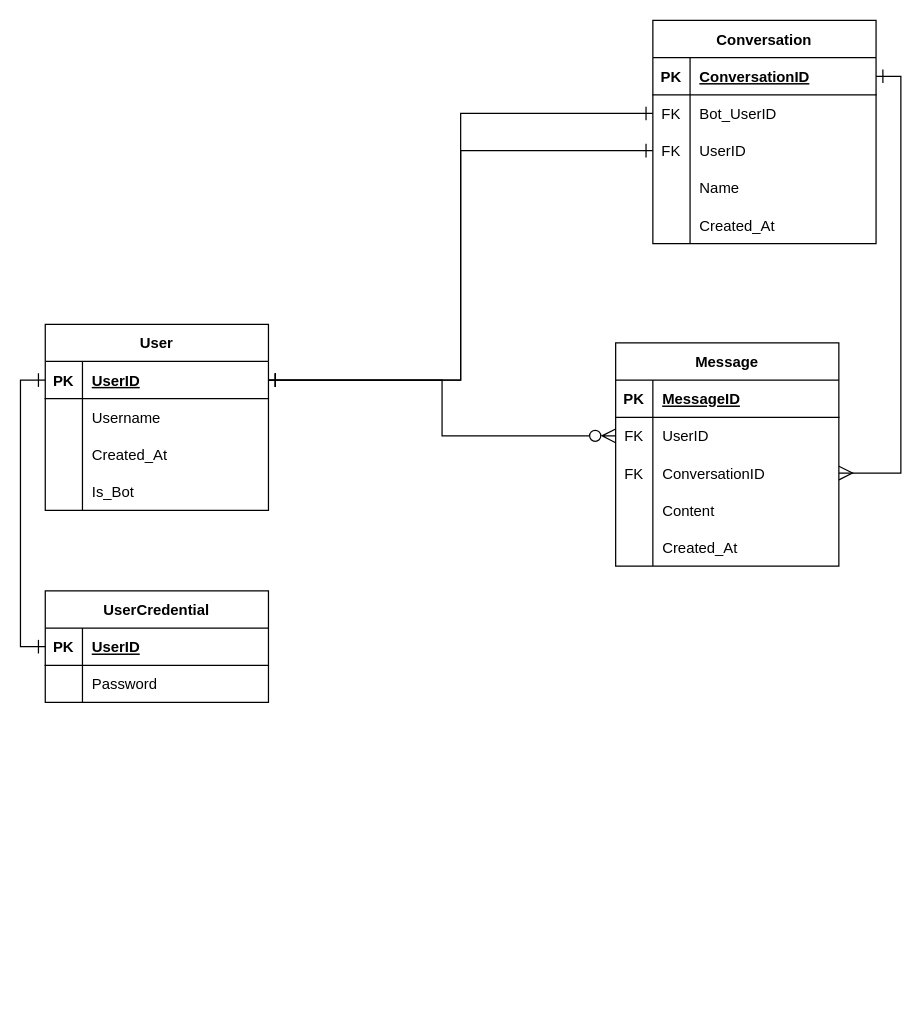
Earlier version of the draw.io diagram db/ERD.drawio (kurumai-bot/server). Source tidied: cells renumbered, new cells numbered last; positions are measured from the earlier drawing's top-left corner, leaving out a move shared by most shapes. Both pictures are drawn from the tidied source at 124%, with x=0, y=0 at pixel (20, 20).
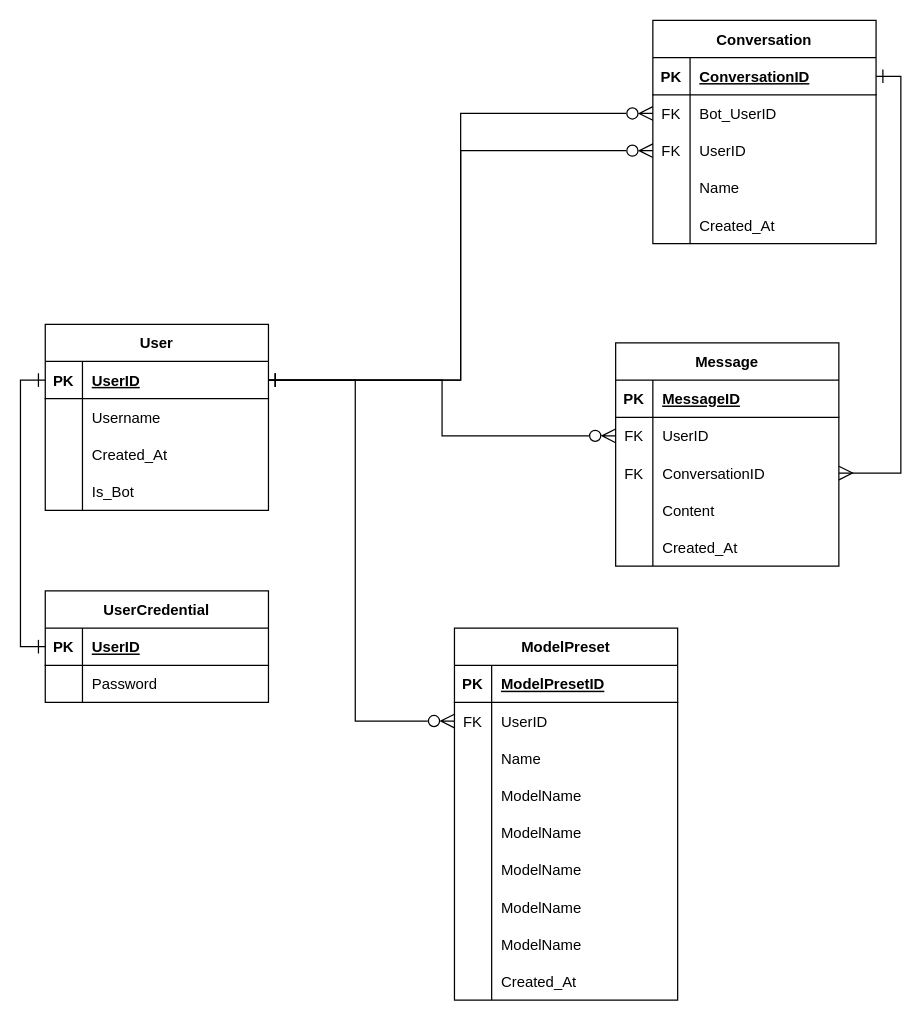
The same diagram, later.

The change refers to these unchanged cells:
```xml
<mxCell id="3" style="shape=tableRow;horizontal=0;startSize=0;swimlaneHead=0;swimlaneBody=0;fillColor=none;points=[[0,0.5],[1,0.5]];portConstraint=eastwest;top=0;left=0;right=0;bottom=1;" parent="2" vertex="1">
  <mxGeometry y="30" width="180" height="30" as="geometry" />
</mxCell>
<mxCell id="35" style="shape=tableRow;horizontal=0;startSize=0;swimlaneHead=0;swimlaneBody=0;fillColor=none;points=[[0,0.5],[1,0.5]];portConstraint=eastwest;top=0;left=0;right=0;bottom=0;" parent="31" vertex="1">
  <mxGeometry y="60" width="180" height="30" as="geometry" />
</mxCell>
<mxCell id="38" style="shape=tableRow;horizontal=0;startSize=0;swimlaneHead=0;swimlaneBody=0;fillColor=none;points=[[0,0.5],[1,0.5]];portConstraint=eastwest;top=0;left=0;right=0;bottom=0;" parent="31" vertex="1">
  <mxGeometry y="90" width="180" height="30" as="geometry" />
</mxCell>
```

Diff of the diagram source:
```diff
@@
-    <mxCell id="48" style="edgeStyle=orthogonalEdgeStyle;rounded=0;jettySize=auto;html=1;exitX=1;exitY=0.5;exitDx=0;exitDy=0;entryX=0;entryY=0.5;entryDx=0;entryDy=0;endArrow=ERone;endFill=0;startArrow=ERone;startFill=0;startSize=9;endSize=9;" parent="1" edge="1" source="3" target="38">
+    <mxCell id="48" style="edgeStyle=orthogonalEdgeStyle;rounded=0;jettySize=auto;html=1;exitX=1;exitY=0.5;exitDx=0;exitDy=0;entryX=0;entryY=0.5;entryDx=0;entryDy=0;endArrow=ERzeroToMany;endFill=0;startArrow=ERone;startFill=0;startSize=9;endSize=9;" parent="1" edge="1" source="3" target="38">
       <mxGeometry relative="1" as="geometry" />
     </mxCell>
@@
-    <mxCell id="50" style="edgeStyle=orthogonalEdgeStyle;rounded=0;jettySize=auto;html=1;exitX=1;exitY=0.5;exitDx=0;exitDy=0;entryX=0;entryY=0.5;entryDx=0;entryDy=0;endArrow=ERone;endFill=0;startArrow=ERone;startFill=0;endSize=9;startSize=9;" parent="1" edge="1" source="3" target="35">
+    <mxCell id="50" style="edgeStyle=orthogonalEdgeStyle;rounded=0;jettySize=auto;html=1;exitX=1;exitY=0.5;exitDx=0;exitDy=0;entryX=0;entryY=0.5;entryDx=0;entryDy=0;endArrow=ERzeroToMany;endFill=0;startArrow=ERone;startFill=0;endSize=9;startSize=9;" parent="1" edge="1" source="3" target="35">
       <mxGeometry relative="1" as="geometry" />
     </mxCell>
@@
+    <mxCell id="59" value="ModelPreset" style="shape=table;startSize=30;childLayout=tableLayout;rowLines=0;fontStyle=1;align=center;" parent="1" vertex="1">
+      <mxGeometry x="350" y="490" width="180" height="300" as="geometry" />
+    </mxCell>
+    <mxCell id="60" style="shape=tableRow;horizontal=0;startSize=0;swimlaneHead=0;swimlaneBody=0;fillColor=none;top=0;left=0;right=0;bottom=1;" parent="59" vertex="1">
+      <mxGeometry y="30" width="180" height="30" as="geometry" />
+    </mxCell>
+    <mxCell id="61" value="PK" style="shape=partialRectangle;fillColor=none;top=0;left=0;bottom=0;right=0;fontStyle=1;overflow=hidden;" parent="60" vertex="1">
+      <mxGeometry width="30" height="30" as="geometry" />
+    </mxCell>
+    <mxCell id="62" value="ModelPresetID" style="shape=partialRectangle;fillColor=none;top=0;left=0;bottom=0;right=0;align=left;spacingLeft=6;fontStyle=5;overflow=hidden;" parent="60" vertex="1">
+      <mxGeometry x="30" width="150" height="30" as="geometry" />
+    </mxCell>
+    <mxCell id="63" style="shape=tableRow;horizontal=0;startSize=0;swimlaneHead=0;swimlaneBody=0;fillColor=none;points=[[0,0.5],[1,0.5]];portConstraint=eastwest;top=0;left=0;right=0;bottom=0;" parent="59" vertex="1">
+      <mxGeometry y="60" width="180" height="30" as="geometry" />
+    </mxCell>
+    <mxCell id="64" value="FK" style="shape=partialRectangle;fillColor=none;top=0;left=0;bottom=0;right=0;overflow=hidden;" parent="63" vertex="1">
+      <mxGeometry width="30" height="30" as="geometry" />
+    </mxCell>
+    <mxCell id="65" value="UserID" style="shape=partialRectangle;fillColor=none;top=0;left=0;bottom=0;right=0;align=left;spacingLeft=6;overflow=hidden;" parent="63" vertex="1">
+      <mxGeometry x="30" width="150" height="30" as="geometry" />
+    </mxCell>
+    <mxCell id="66" style="shape=tableRow;horizontal=0;startSize=0;swimlaneHead=0;swimlaneBody=0;fillColor=none;top=0;left=0;right=0;bottom=0;" parent="59" vertex="1">
+      <mxGeometry y="90" width="180" height="30" as="geometry" />
+    </mxCell>
+    <mxCell id="67" style="shape=partialRectangle;fillColor=none;top=0;left=0;bottom=0;right=0;overflow=hidden;" parent="66" vertex="1">
+      <mxGeometry width="30" height="30" as="geometry" />
+    </mxCell>
+    <mxCell id="68" value="Name" style="shape=partialRectangle;fillColor=none;top=0;left=0;bottom=0;right=0;align=left;spacingLeft=6;overflow=hidden;" parent="66" vertex="1">
+      <mxGeometry x="30" width="150" height="30" as="geometry" />
+    </mxCell>
+    <mxCell id="69" style="shape=tableRow;horizontal=0;startSize=0;swimlaneHead=0;swimlaneBody=0;fillColor=none;top=0;left=0;right=0;bottom=0;" parent="59" vertex="1">
+      <mxGeometry y="120" width="180" height="30" as="geometry" />
+    </mxCell>
+    <mxCell id="70" style="shape=partialRectangle;fillColor=none;top=0;left=0;bottom=0;right=0;overflow=hidden;" parent="69" vertex="1">
+      <mxGeometry width="30" height="30" as="geometry" />
+    </mxCell>
+    <mxCell id="71" value="ModelName" style="shape=partialRectangle;fillColor=none;top=0;left=0;bottom=0;right=0;align=left;spacingLeft=6;overflow=hidden;" parent="69" vertex="1">
+      <mxGeometry x="30" width="150" height="30" as="geometry" />
+    </mxCell>
+    <mxCell id="72" style="shape=tableRow;horizontal=0;startSize=0;swimlaneHead=0;swimlaneBody=0;fillColor=none;top=0;left=0;right=0;bottom=0;" parent="59" vertex="1">
+      <mxGeometry y="150" width="180" height="30" as="geometry" />
+    </mxCell>
+    <mxCell id="73" style="shape=partialRectangle;fillColor=none;top=0;left=0;bottom=0;right=0;overflow=hidden;" parent="72" vertex="1">
+      <mxGeometry width="30" height="30" as="geometry" />
+    </mxCell>
+    <mxCell id="74" value="ModelName" style="shape=partialRectangle;fillColor=none;top=0;left=0;bottom=0;right=0;align=left;spacingLeft=6;overflow=hidden;" parent="72" vertex="1">
+      <mxGeometry x="30" width="150" height="30" as="geometry" />
+    </mxCell>
+    <mxCell id="75" style="shape=tableRow;horizontal=0;startSize=0;swimlaneHead=0;swimlaneBody=0;fillColor=none;top=0;left=0;right=0;bottom=0;" parent="59" vertex="1">
+      <mxGeometry y="180" width="180" height="30" as="geometry" />
+    </mxCell>
+    <mxCell id="76" style="shape=partialRectangle;fillColor=none;top=0;left=0;bottom=0;right=0;overflow=hidden;" parent="75" vertex="1">
+      <mxGeometry width="30" height="30" as="geometry" />
+    </mxCell>
+    <mxCell id="77" value="ModelName" style="shape=partialRectangle;fillColor=none;top=0;left=0;bottom=0;right=0;align=left;spacingLeft=6;overflow=hidden;" parent="75" vertex="1">
+      <mxGeometry x="30" width="150" height="30" as="geometry" />
+    </mxCell>
+    <mxCell id="78" style="shape=tableRow;horizontal=0;startSize=0;swimlaneHead=0;swimlaneBody=0;fillColor=none;top=0;left=0;right=0;bottom=0;" parent="59" vertex="1">
+      <mxGeometry y="210" width="180" height="30" as="geometry" />
+    </mxCell>
+    <mxCell id="79" style="shape=partialRectangle;fillColor=none;top=0;left=0;bottom=0;right=0;overflow=hidden;" parent="78" vertex="1">
+      <mxGeometry width="30" height="30" as="geometry" />
+    </mxCell>
+    <mxCell id="80" value="ModelName" style="shape=partialRectangle;fillColor=none;top=0;left=0;bottom=0;right=0;align=left;spacingLeft=6;overflow=hidden;" parent="78" vertex="1">
+      <mxGeometry x="30" width="150" height="30" as="geometry" />
+    </mxCell>
+    <mxCell id="81" style="shape=tableRow;horizontal=0;startSize=0;swimlaneHead=0;swimlaneBody=0;fillColor=none;top=0;left=0;right=0;bottom=0;" parent="59" vertex="1">
+      <mxGeometry y="240" width="180" height="30" as="geometry" />
+    </mxCell>
+    <mxCell id="82" style="shape=partialRectangle;fillColor=none;top=0;left=0;bottom=0;right=0;overflow=hidden;" parent="81" vertex="1">
+      <mxGeometry width="30" height="30" as="geometry" />
+    </mxCell>
+    <mxCell id="83" value="ModelName" style="shape=partialRectangle;fillColor=none;top=0;left=0;bottom=0;right=0;align=left;spacingLeft=6;overflow=hidden;" parent="81" vertex="1">
+      <mxGeometry x="30" width="150" height="30" as="geometry" />
+    </mxCell>
+    <mxCell id="84" style="shape=tableRow;horizontal=0;startSize=0;swimlaneHead=0;swimlaneBody=0;fillColor=none;top=0;left=0;right=0;bottom=0;" parent="59" vertex="1">
+      <mxGeometry y="270" width="180" height="30" as="geometry" />
+    </mxCell>
+    <mxCell id="85" style="shape=partialRectangle;fillColor=none;top=0;left=0;bottom=0;right=0;overflow=hidden;" parent="84" vertex="1">
+      <mxGeometry width="30" height="30" as="geometry" />
+    </mxCell>
+    <mxCell id="86" value="Created_At" style="shape=partialRectangle;fillColor=none;top=0;left=0;bottom=0;right=0;align=left;spacingLeft=6;overflow=hidden;" parent="84" vertex="1">
+      <mxGeometry x="30" width="150" height="30" as="geometry" />
+    </mxCell>
+    <mxCell id="87" style="edgeStyle=none;html=1;exitX=1;exitY=0.5;exitDx=0;exitDy=0;entryX=0;entryY=0.5;entryDx=0;entryDy=0;endArrow=ERzeroToMany;endFill=0;rounded=0;startSize=9;endSize=9;" parent="1" edge="1" source="3" target="63">
+      <mxGeometry relative="1" as="geometry">
+        <Array as="points">
+          <mxPoint x="270" y="290" />
+          <mxPoint x="270" y="565" />
+        </Array>
+      </mxGeometry>
+    </mxCell>
```
